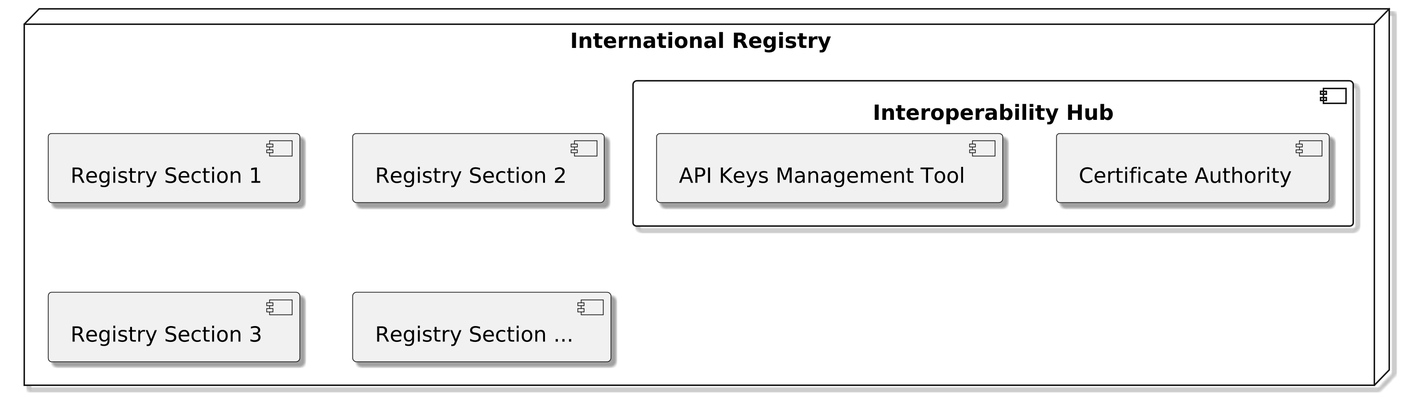
Earlier version of the PlantUML export diagrams/Certificate Authority.png (frankcnng/CARP). Source of this version:
```plantuml
@startuml Certificate Authority

skinparam dpi 300
skinparam monochrome true
skinparam shadowing true
skinparam defaultTextAlignment center

node "International Registry" {
component "Registry Section 1" as rs2
component "Registry Section 2" as rs1
component "Registry Section 3" as rs3
component "Registry Section ..." as rsn

component "Interoperability Hub" as h {
    component "Certificate Authority" as ca
    component "API Keys Management Tool" as ak
}

}

@enduml
```
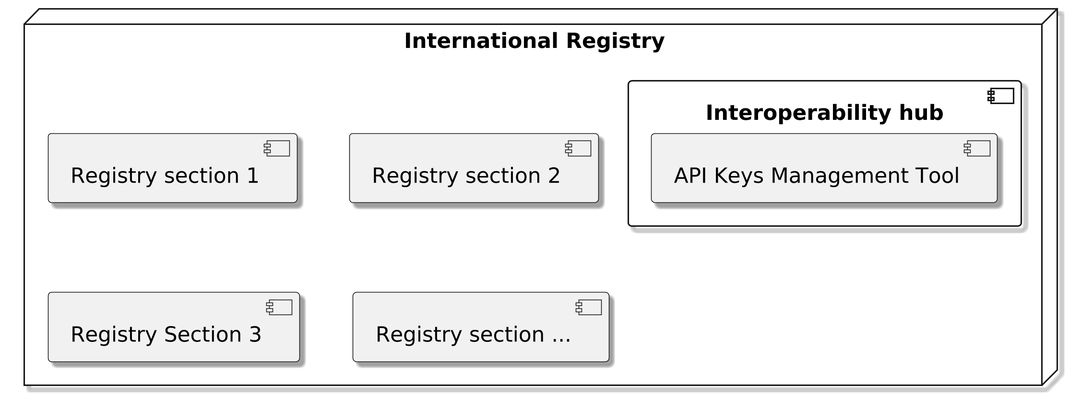
Above is the later version.

Change to the diagram source:
```diff
@@ -6,13 +6,12 @@
 skinparam defaultTextAlignment center
 
 node "International Registry" {
-component "Registry Section 1" as rs2
-component "Registry Section 2" as rs1
+component "Registry section 1" as rs2
+component "Registry section 2" as rs1
 component "Registry Section 3" as rs3
-component "Registry Section ..." as rsn
+component "Registry section ..." as rsn
 
-component "Interoperability Hub" as h {
-    component "Certificate Authority" as ca
+component "Interoperability hub" as h {
     component "API Keys Management Tool" as ak
 }
 
```
